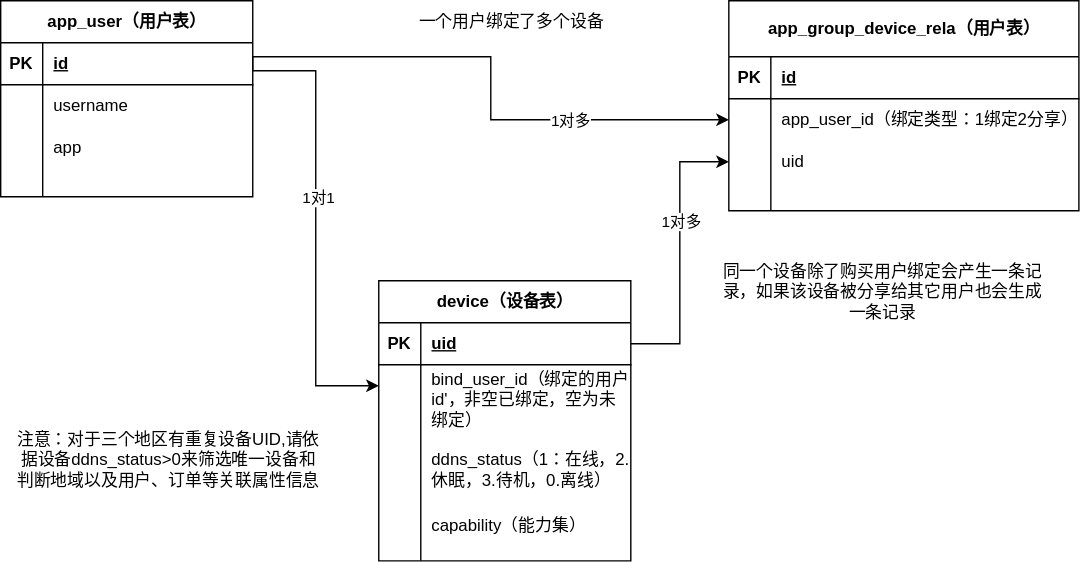
LiuXinStrive/ChaoWei keeps this draw.io diagram as database/1-用户设备关系ER.drawio.svg. Above is the earlier version. Source tidied: cells renumbered, new cells last; positions are measured from the earlier drawing's top-left corner, leaving out a move shared by most shapes.
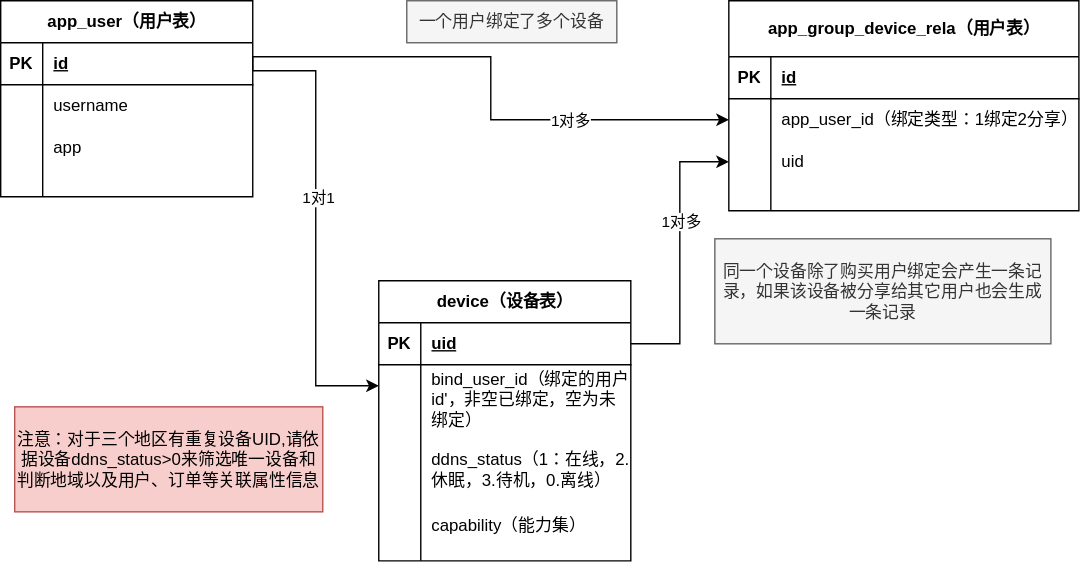
After the change.

Commit message:
更新1-用户设备关系ER.drawio.svg

What changed in the source:
```diff
@@ -151,16 +151,16 @@
     <mxCell id="46" value="1对多" style="edgeLabel;html=1;align=center;verticalAlign=middle;" parent="45" vertex="1">
       <mxGeometry x="0.42" relative="1" as="geometry" />
     </mxCell>
-    <mxCell id="47" value="同一个设备除了购买用户绑定会产生一条记录，如果该设备被分享给其它用户也会生成一条记录" style="text;html=1;whiteSpace=wrap;strokeColor=none;fillColor=none;align=center;verticalAlign=middle;rounded=0;" parent="1" vertex="1">
+    <mxCell id="47" value="同一个设备除了购买用户绑定会产生一条记录，如果该设备被分享给其它用户也会生成一条记录" style="text;html=1;whiteSpace=wrap;strokeColor=#666666;fillColor=#f5f5f5;align=center;verticalAlign=middle;rounded=0;fontColor=#333333;" parent="1" vertex="1">
       <mxGeometry x="510" y="170" width="240" height="75" as="geometry" />
     </mxCell>
     <mxCell id="48" value="capability（能力集）" style="shape=partialRectangle;fillColor=none;top=0;left=0;bottom=0;right=0;align=left;spacingLeft=6;overflow=hidden;whiteSpace=wrap;html=1;" parent="1" vertex="1">
       <mxGeometry x="300" y="350" width="150" height="50" as="geometry" />
     </mxCell>
-    <mxCell id="49" value="一个用户绑定了多个设备" style="text;html=1;whiteSpace=wrap;strokeColor=none;fillColor=none;align=center;verticalAlign=middle;rounded=0;" parent="1" vertex="1">
+    <mxCell id="49" value="一个用户绑定了多个设备" style="text;html=1;whiteSpace=wrap;strokeColor=#666666;fillColor=#f5f5f5;align=center;verticalAlign=middle;rounded=0;fontColor=#333333;" parent="1" vertex="1">
       <mxGeometry x="290" width="150" height="30" as="geometry" />
     </mxCell>
-    <mxCell id="50" value="注意：对于三个地区有重复设备UID,请依据设备ddns_status&amp;gt;0来筛选唯一设备和判断地域以及用户、订单等关联属性信息" style="text;html=1;whiteSpace=wrap;strokeColor=none;fillColor=none;align=center;verticalAlign=middle;rounded=0;" parent="1" vertex="1">
+    <mxCell id="50" value="注意：对于三个地区有重复设备UID,请依据设备ddns_status&amp;gt;0来筛选唯一设备和判断地域以及用户、订单等关联属性信息" style="text;html=1;whiteSpace=wrap;strokeColor=#b85450;fillColor=#f8cecc;align=center;verticalAlign=middle;rounded=0;" parent="1" vertex="1">
       <mxGeometry x="10" y="290" width="220" height="75" as="geometry" />
     </mxCell>
   </root>
```
